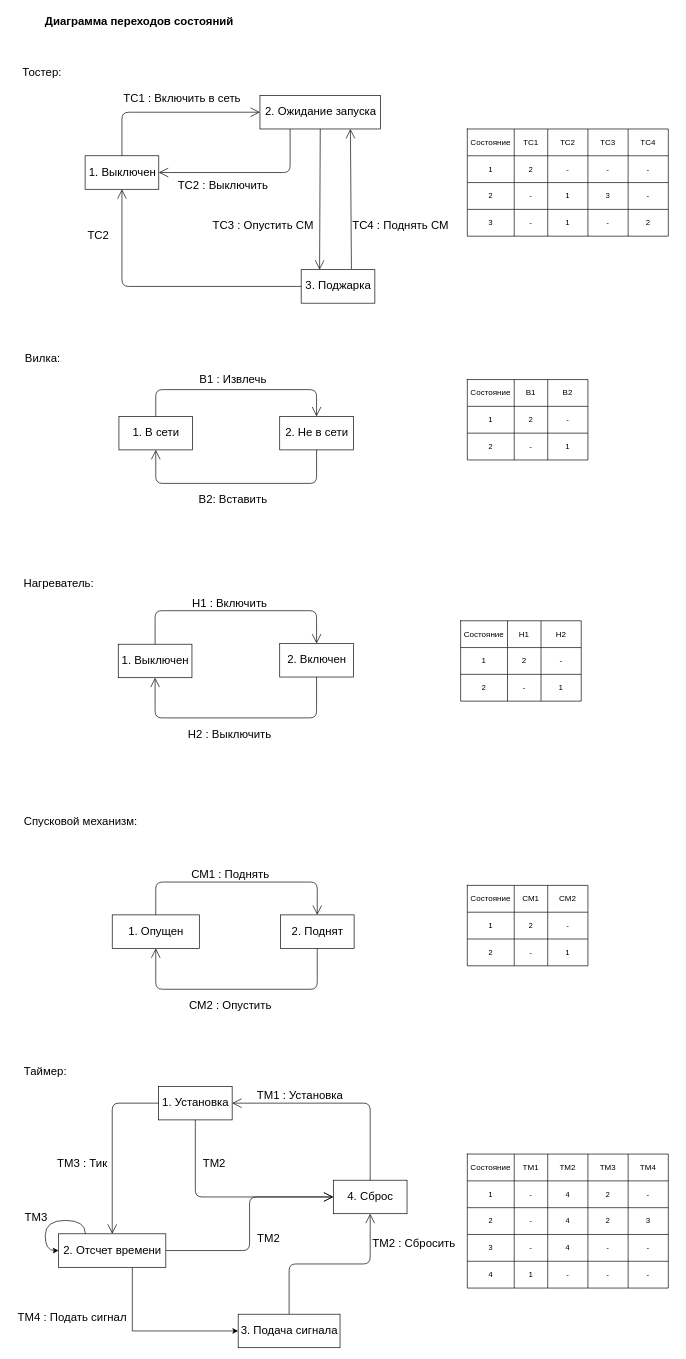
xanderkov/ics7-OOP keeps this draw.io diagram as page "ДПС" (2 of 5) of lab_05/Тостер.drawio. Above is the earlier version. Source tidied: cells renumbered, new cells numbered last; positions are measured from the earlier drawing's top-left corner, leaving out a move shared by most shapes. Both pictures are drawn from the tidied source at 67%, with x=0, y=0 at pixel (11, 11).
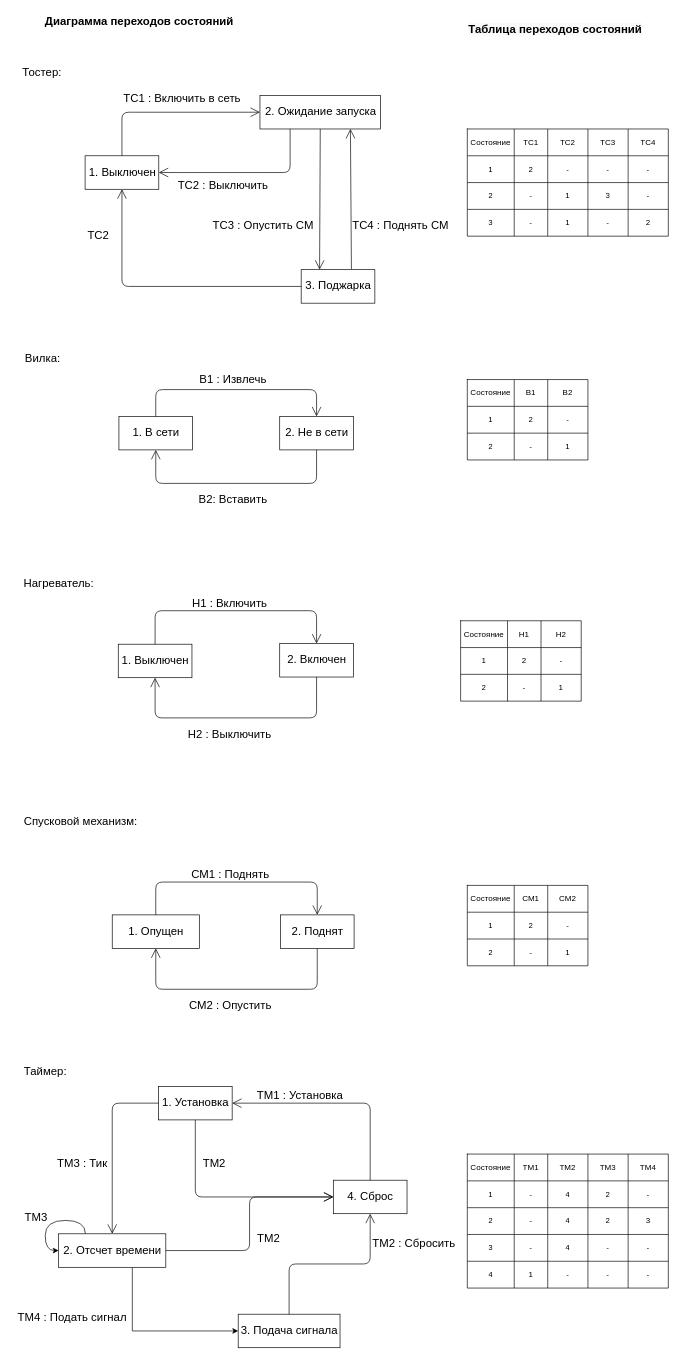
Above is the later version.

What changed in the source:
```diff
@@
+    <mxCell id="152" value="&lt;b style=&quot;color: rgb(0, 0, 0); font-family: Helvetica; font-size: 17px; font-style: normal; font-variant-ligatures: normal; font-variant-caps: normal; letter-spacing: normal; orphans: 2; text-align: center; text-indent: 0px; text-transform: none; widows: 2; word-spacing: 0px; -webkit-text-stroke-width: 0px; background-color: rgb(248, 249, 250); text-decoration-thickness: initial; text-decoration-style: initial; text-decoration-color: initial;&quot;&gt;Таблица переходов состояний&lt;/b&gt;" style="text;whiteSpace=wrap;html=1;" parent="1" vertex="1">
+      <mxGeometry x="680" y="10" width="310" height="30" as="geometry" />
+    </mxCell>
```
